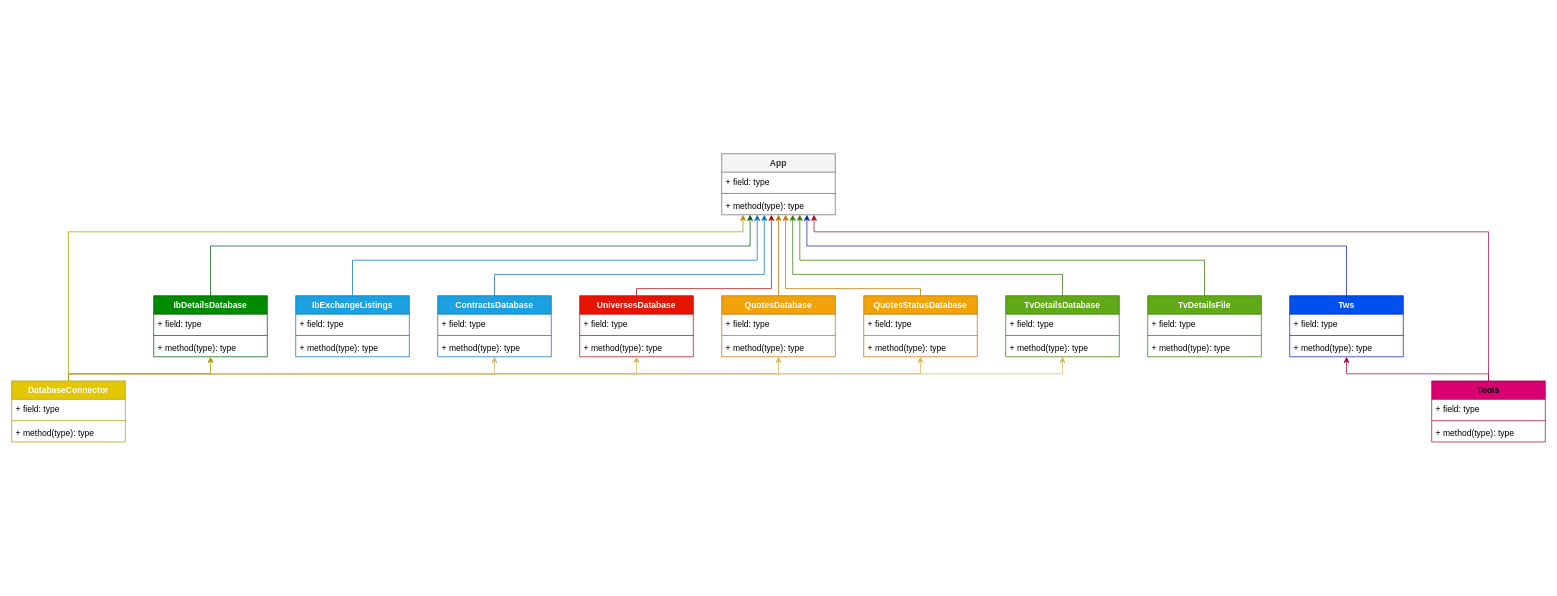
Above: archive/class_diagram/barbucket_class_diagram.drawio in webclinic017/barbucket (draw.io), before the change. Source tidied: cells renumbered, new cells numbered last; positions are measured from the earlier drawing's top-left corner, leaving out a move shared by most shapes. Both pictures are drawn from the tidied source at 71%, with x=0, y=0 at pixel (11, 153).
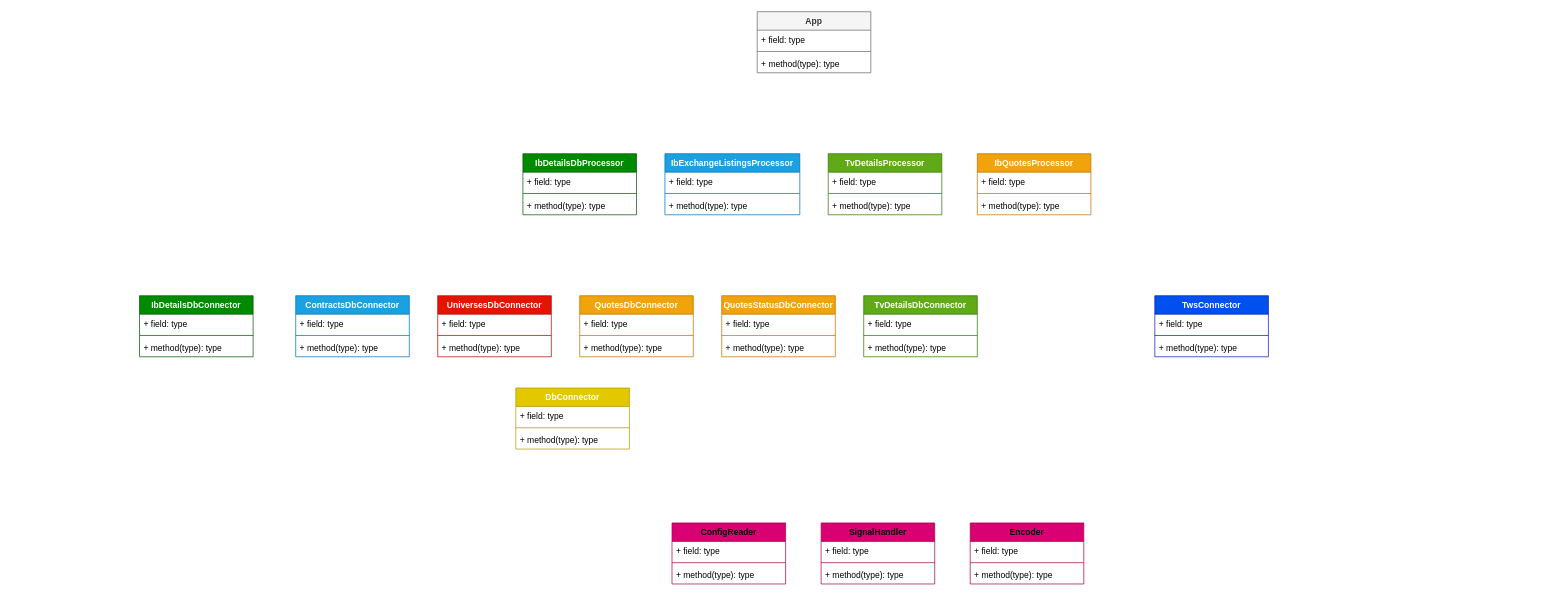
Above is the later version.

Commit message:
updated class diagram

The change refers to these unchanged cells:
```xml
<mxCell id="55" value="+ field: type" style="text;strokeColor=none;fillColor=none;align=left;verticalAlign=top;spacingLeft=4;spacingRight=4;overflow=hidden;points=[[0,0.5],[1,0.5]];portConstraint=eastwest;" parent="54" vertex="1">
  <mxGeometry y="26" width="160" height="26" as="geometry" />
</mxCell>
```

Diff of the diagram source:
```diff
@@
-    <mxCell id="2" style="edgeStyle=orthogonalEdgeStyle;rounded=0;jettySize=auto;html=1;fillColor=#1ba1e2;strokeColor=#006EAF;" parent="1" edge="1" source="26" target="50">
-      <mxGeometry relative="1" as="geometry">
-        <Array as="points">
-          <mxPoint x="680" y="170" />
-          <mxPoint x="1060" y="170" />
-        </Array>
-      </mxGeometry>
-    </mxCell>
-    <mxCell id="3" style="edgeStyle=orthogonalEdgeStyle;rounded=0;jettySize=auto;html=1;fillColor=#e3c800;strokeColor=#B09500;" parent="1" edge="1" source="64" target="50">
-      <mxGeometry relative="1" as="geometry">
-        <Array as="points">
-          <mxPoint x="80" y="110" />
-          <mxPoint x="1030" y="110" />
-        </Array>
-      </mxGeometry>
-    </mxCell>
-    <mxCell id="4" style="edgeStyle=orthogonalEdgeStyle;rounded=0;jettySize=auto;html=1;fillColor=#fff2cc;strokeColor=#d6b656;" parent="1" edge="1" source="64" target="26">
-      <mxGeometry relative="1" as="geometry">
-        <Array as="points">
-          <mxPoint x="80" y="310" />
-          <mxPoint x="680" y="310" />
-        </Array>
-      </mxGeometry>
-    </mxCell>
-    <mxCell id="5" style="edgeStyle=orthogonalEdgeStyle;rounded=0;jettySize=auto;html=1;fillColor=#fff2cc;strokeColor=#d6b656;" parent="1" edge="1" source="64" target="12">
-      <mxGeometry relative="1" as="geometry">
-        <Array as="points">
-          <mxPoint x="80" y="310" />
-          <mxPoint x="1080" y="310" />
-        </Array>
-      </mxGeometry>
-    </mxCell>
-    <mxCell id="6" style="edgeStyle=orthogonalEdgeStyle;rounded=0;jettySize=auto;html=1;fillColor=#fff2cc;strokeColor=#d6b656;" parent="1" edge="1" source="64" target="22">
-      <mxGeometry relative="1" as="geometry">
-        <Array as="points">
-          <mxPoint x="80" y="310" />
-          <mxPoint x="880" y="310" />
-        </Array>
-      </mxGeometry>
-    </mxCell>
-    <mxCell id="7" style="edgeStyle=orthogonalEdgeStyle;rounded=0;jettySize=auto;html=1;fillColor=#fff2cc;strokeColor=#d6b656;" parent="1" edge="1" source="64" target="34">
-      <mxGeometry relative="1" as="geometry">
-        <Array as="points">
-          <mxPoint x="80" y="310" />
-          <mxPoint x="1280" y="310" />
-        </Array>
-      </mxGeometry>
-    </mxCell>
-    <mxCell id="8" style="edgeStyle=orthogonalEdgeStyle;rounded=0;jettySize=auto;html=1;fillColor=#fff2cc;strokeColor=#d6b656;" parent="1" edge="1" source="64" target="38">
-      <mxGeometry relative="1" as="geometry">
-        <Array as="points">
-          <mxPoint x="80" y="310" />
-          <mxPoint x="1480" y="310" />
-        </Array>
-      </mxGeometry>
-    </mxCell>
-    <mxCell id="9" style="edgeStyle=orthogonalEdgeStyle;rounded=0;jettySize=auto;html=1;fillColor=#f0a30a;strokeColor=#BD7000;exitX=0.5;exitY=0;exitDx=0;exitDy=0;" parent="1" edge="1" source="12" target="50">
-      <mxGeometry relative="1" as="geometry" />
-    </mxCell>
-    <mxCell id="10" style="edgeStyle=orthogonalEdgeStyle;rounded=0;jettySize=auto;html=1;fillColor=#60a917;strokeColor=#2D7600;" parent="1" edge="1" source="38" target="50">
-      <mxGeometry relative="1" as="geometry">
-        <Array as="points">
-          <mxPoint x="1480" y="170" />
-          <mxPoint x="1100" y="170" />
-        </Array>
-      </mxGeometry>
-    </mxCell>
-    <mxCell id="11" style="edgeStyle=orthogonalEdgeStyle;rounded=0;jettySize=auto;html=1;fillColor=#f0a30a;strokeColor=#BD7000;" parent="1" edge="1" source="34" target="50">
-      <mxGeometry relative="1" as="geometry">
-        <Array as="points">
-          <mxPoint x="1280" y="190" />
-          <mxPoint x="1090" y="190" />
-        </Array>
-      </mxGeometry>
-    </mxCell>
-    <mxCell id="12" value="QuotesDatabase" style="swimlane;fontStyle=1;align=center;verticalAlign=top;horizontal=1;startSize=26;fillColor=#f0a30a;strokeColor=#BD7000;fontColor=#ffffff;" parent="1" vertex="1">
-      <mxGeometry x="1000" y="200" width="160" height="86" as="geometry" />
+    <mxCell id="12" value="QuotesDbConnector" style="swimlane;fontStyle=1;align=center;verticalAlign=top;horizontal=1;startSize=26;fillColor=#f0a30a;strokeColor=#BD7000;fontColor=#ffffff;" parent="1" vertex="1">
+      <mxGeometry x="800" y="200" width="160" height="86" as="geometry" />
     </mxCell>
@@
-    <mxCell id="16" style="edgeStyle=orthogonalEdgeStyle;rounded=0;jettySize=auto;html=1;fillColor=#e51400;strokeColor=#B20000;" parent="1" edge="1" source="22" target="50">
-      <mxGeometry relative="1" as="geometry">
-        <Array as="points">
-          <mxPoint x="880" y="190" />
-          <mxPoint x="1070" y="190" />
-        </Array>
-      </mxGeometry>
-    </mxCell>
-    <mxCell id="17" style="edgeStyle=orthogonalEdgeStyle;rounded=0;jettySize=auto;html=1;fillColor=#1ba1e2;strokeColor=#006EAF;" parent="1" edge="1" source="30" target="50">
-      <mxGeometry relative="1" as="geometry">
-        <Array as="points">
-          <mxPoint x="480" y="150" />
-          <mxPoint x="1050" y="150" />
-        </Array>
-      </mxGeometry>
-    </mxCell>
-    <mxCell id="18" style="edgeStyle=orthogonalEdgeStyle;rounded=0;jettySize=auto;html=1;fillColor=#0050ef;strokeColor=#001DBC;" parent="1" edge="1" source="46" target="50">
-      <mxGeometry relative="1" as="geometry">
-        <Array as="points">
-          <mxPoint x="1880" y="130" />
-          <mxPoint x="1120" y="130" />
-        </Array>
-      </mxGeometry>
-    </mxCell>
-    <mxCell id="19" style="edgeStyle=orthogonalEdgeStyle;rounded=0;jettySize=auto;html=1;fillColor=#60a917;strokeColor=#2D7600;" parent="1" edge="1" source="42" target="50">
-      <mxGeometry relative="1" as="geometry">
-        <Array as="points">
-          <mxPoint x="1680" y="150" />
-          <mxPoint x="1110" y="150" />
-        </Array>
-      </mxGeometry>
-    </mxCell>
-    <mxCell id="20" style="edgeStyle=orthogonalEdgeStyle;rounded=0;jettySize=auto;html=1;fillColor=#d80073;strokeColor=#A50040;" parent="1" edge="1" source="54" target="50">
-      <mxGeometry relative="1" as="geometry">
-        <Array as="points">
-          <mxPoint x="2080" y="110" />
-          <mxPoint x="1130" y="110" />
-        </Array>
-      </mxGeometry>
-    </mxCell>
-    <mxCell id="21" style="edgeStyle=orthogonalEdgeStyle;rounded=0;jettySize=auto;html=1;fillColor=#d80073;strokeColor=#A50040;" parent="1" edge="1" source="55" target="46">
-      <mxGeometry relative="1" as="geometry">
-        <Array as="points">
-          <mxPoint x="2080" y="310" />
-          <mxPoint x="1880" y="310" />
-        </Array>
-      </mxGeometry>
-    </mxCell>
-    <mxCell id="22" value="UniversesDatabase" style="swimlane;fontStyle=1;align=center;verticalAlign=top;horizontal=1;startSize=26;fillColor=#e51400;strokeColor=#B20000;fontColor=#ffffff;" parent="1" vertex="1">
-      <mxGeometry x="800" y="200" width="160" height="86" as="geometry" />
+    <mxCell id="22" value="UniversesDbConnector" style="swimlane;fontStyle=1;align=center;verticalAlign=top;horizontal=1;startSize=26;fillColor=#e51400;strokeColor=#B20000;fontColor=#ffffff;" parent="1" vertex="1">
+      <mxGeometry x="600" y="200" width="160" height="86" as="geometry" />
     </mxCell>
@@
-    <mxCell id="26" value="ContractsDatabase" style="swimlane;fontStyle=1;align=center;verticalAlign=top;horizontal=1;startSize=26;fillColor=#1ba1e2;strokeColor=#006EAF;fontColor=#ffffff;" parent="1" vertex="1">
-      <mxGeometry x="600" y="200" width="160" height="86" as="geometry" />
+    <mxCell id="26" value="ContractsDbConnector" style="swimlane;fontStyle=1;align=center;verticalAlign=top;horizontal=1;startSize=26;fillColor=#1ba1e2;strokeColor=#006EAF;fontColor=#ffffff;" parent="1" vertex="1">
+      <mxGeometry x="400" y="200" width="160" height="86" as="geometry" />
     </mxCell>
@@
-    <mxCell id="30" value="IbExchangeListings" style="swimlane;fontStyle=1;align=center;verticalAlign=top;horizontal=1;startSize=26;fillColor=#1ba1e2;strokeColor=#006EAF;fontColor=#ffffff;" parent="1" vertex="1">
-      <mxGeometry x="400" y="200" width="160" height="86" as="geometry" />
+    <mxCell id="30" value="IbExchangeListingsProcessor" style="swimlane;fontStyle=1;align=center;verticalAlign=top;horizontal=1;startSize=26;fillColor=#1ba1e2;strokeColor=#006EAF;fontColor=#ffffff;" parent="1" vertex="1">
+      <mxGeometry x="920" width="190" height="86" as="geometry" />
     </mxCell>
     <mxCell id="31" value="+ field: type" style="text;strokeColor=none;fillColor=none;align=left;verticalAlign=top;spacingLeft=4;spacingRight=4;overflow=hidden;" parent="30" vertex="1">
-      <mxGeometry y="26" width="160" height="26" as="geometry" />
+      <mxGeometry y="26" width="190" height="26" as="geometry" />
     </mxCell>
     <mxCell id="32" style="line;strokeWidth=1;fillColor=#1ba1e2;align=left;verticalAlign=middle;spacingTop=-1;spacingLeft=3;spacingRight=3;labelPosition=right;strokeColor=#006EAF;fontColor=#ffffff;" parent="30" vertex="1">
-      <mxGeometry y="52" width="160" height="8" as="geometry" />
+      <mxGeometry y="52" width="190" height="8" as="geometry" />
     </mxCell>
     <mxCell id="33" value="+ method(type): type" style="text;strokeColor=none;fillColor=none;align=left;verticalAlign=top;spacingLeft=4;spacingRight=4;overflow=hidden;" parent="30" vertex="1">
-      <mxGeometry y="60" width="160" height="26" as="geometry" />
+      <mxGeometry y="60" width="190" height="26" as="geometry" />
     </mxCell>
-    <mxCell id="34" value="QuotesStatusDatabase" style="swimlane;fontStyle=1;align=center;verticalAlign=top;horizontal=1;startSize=26;fillColor=#f0a30a;strokeColor=#BD7000;fontColor=#ffffff;" parent="1" vertex="1">
-      <mxGeometry x="1200" y="200" width="160" height="86" as="geometry" />
+    <mxCell id="34" value="QuotesStatusDbConnector" style="swimlane;fontStyle=1;align=center;verticalAlign=top;horizontal=1;startSize=26;fillColor=#f0a30a;strokeColor=#BD7000;fontColor=#ffffff;" parent="1" vertex="1">
+      <mxGeometry x="1000" y="200" width="160" height="86" as="geometry" />
     </mxCell>
@@
-    <mxCell id="38" value="TvDetailsDatabase" style="swimlane;fontStyle=1;align=center;verticalAlign=top;horizontal=1;startSize=26;fillColor=#60a917;strokeColor=#2D7600;fontColor=#ffffff;" parent="1" vertex="1">
-      <mxGeometry x="1400" y="200" width="160" height="86" as="geometry" />
+    <mxCell id="38" value="TvDetailsDbConnector" style="swimlane;fontStyle=1;align=center;verticalAlign=top;horizontal=1;startSize=26;fillColor=#60a917;strokeColor=#2D7600;fontColor=#ffffff;" parent="1" vertex="1">
+      <mxGeometry x="1200" y="200" width="160" height="86" as="geometry" />
     </mxCell>
@@
-    <mxCell id="42" value="TvDetailsFile" style="swimlane;fontStyle=1;align=center;verticalAlign=top;horizontal=1;startSize=26;fillColor=#60a917;strokeColor=#2D7600;fontColor=#ffffff;" parent="1" vertex="1">
-      <mxGeometry x="1600" y="200" width="160" height="86" as="geometry" />
+    <mxCell id="42" value="TvDetailsProcessor" style="swimlane;fontStyle=1;align=center;verticalAlign=top;horizontal=1;startSize=26;fillColor=#60a917;strokeColor=#2D7600;fontColor=#ffffff;" parent="1" vertex="1">
+      <mxGeometry x="1150" width="160" height="86" as="geometry" />
     </mxCell>
@@
-    <mxCell id="46" value="Tws" style="swimlane;fontStyle=1;align=center;verticalAlign=top;horizontal=1;startSize=26;fillColor=#0050ef;strokeColor=#001DBC;fontColor=#ffffff;" parent="1" vertex="1">
-      <mxGeometry x="1800" y="200" width="160" height="86" as="geometry" />
+    <mxCell id="46" value="TwsConnector" style="swimlane;fontStyle=1;align=center;verticalAlign=top;horizontal=1;startSize=26;fillColor=#0050ef;strokeColor=#001DBC;fontColor=#ffffff;" parent="1" vertex="1">
+      <mxGeometry x="1610" y="200" width="160" height="86" as="geometry" />
     </mxCell>
@@
     <mxCell id="50" value="App" style="swimlane;fontStyle=1;align=center;verticalAlign=top;horizontal=1;startSize=26;fillColor=#f5f5f5;strokeColor=#666666;fontColor=#333333;" parent="1" vertex="1">
-      <mxGeometry x="1000" width="160" height="86" as="geometry" />
+      <mxGeometry x="1050" y="-200" width="160" height="86" as="geometry" />
     </mxCell>
@@
-    <mxCell id="54" value="Tools" style="swimlane;fontStyle=1;align=center;verticalAlign=top;horizontal=1;startSize=26;fillColor=#d80073;strokeColor=#A50040;" parent="1" vertex="1">
-      <mxGeometry x="2000" y="320" width="160" height="86" as="geometry" />
+    <mxCell id="54" value="Encoder" style="swimlane;fontStyle=1;align=center;verticalAlign=top;horizontal=1;startSize=26;fillColor=#d80073;strokeColor=#A50040;" parent="1" vertex="1">
+      <mxGeometry x="1350" y="520" width="160" height="86" as="geometry" />
     </mxCell>
@@
-    <mxCell id="58" style="edgeStyle=orthogonalEdgeStyle;rounded=0;jettySize=auto;html=1;fillColor=#008a00;strokeColor=#005700;" parent="1" edge="1" source="59" target="50">
-      <mxGeometry relative="1" as="geometry">
-        <Array as="points">
-          <mxPoint x="280" y="130" />
-          <mxPoint x="1040" y="130" />
-        </Array>
-      </mxGeometry>
-    </mxCell>
-    <mxCell id="59" value="IbDetailsDatabase" style="swimlane;fontStyle=1;align=center;verticalAlign=top;horizontal=1;startSize=26;fillColor=#008a00;strokeColor=#005700;fontColor=#ffffff;" parent="1" vertex="1">
-      <mxGeometry x="200" y="200" width="160" height="86" as="geometry" />
+    <mxCell id="59" value="IbDetailsDbConnector" style="swimlane;fontStyle=1;align=center;verticalAlign=top;horizontal=1;startSize=26;fillColor=#008a00;strokeColor=#005700;fontColor=#ffffff;" parent="1" vertex="1">
+      <mxGeometry x="180" y="200" width="160" height="86" as="geometry" />
     </mxCell>
@@
-    <mxCell id="63" style="edgeStyle=orthogonalEdgeStyle;rounded=0;jettySize=auto;html=1;fillColor=#e3c800;strokeColor=#B09500;" parent="1" edge="1" source="64" target="59">
-      <mxGeometry relative="1" as="geometry">
-        <Array as="points">
-          <mxPoint x="80" y="310" />
-          <mxPoint x="280" y="310" />
-        </Array>
-      </mxGeometry>
-    </mxCell>
-    <mxCell id="64" value="DatabaseConnector" style="swimlane;fontStyle=1;align=center;verticalAlign=top;horizontal=1;startSize=26;fillColor=#e3c800;strokeColor=#B09500;fontColor=#ffffff;" parent="1" vertex="1">
-      <mxGeometry y="320" width="160" height="86" as="geometry" />
+    <mxCell id="64" value="DbConnector" style="swimlane;fontStyle=1;align=center;verticalAlign=top;horizontal=1;startSize=26;fillColor=#e3c800;strokeColor=#B09500;fontColor=#ffffff;" parent="1" vertex="1">
+      <mxGeometry x="710" y="330" width="160" height="86" as="geometry" />
     </mxCell>
@@
+    <mxCell id="68" value="IbDetailsDbProcessor" style="swimlane;fontStyle=1;align=center;verticalAlign=top;horizontal=1;startSize=26;fillColor=#008a00;strokeColor=#005700;fontColor=#ffffff;" parent="1" vertex="1">
+      <mxGeometry x="720" width="160" height="86" as="geometry" />
+    </mxCell>
+    <mxCell id="69" value="+ field: type" style="text;strokeColor=none;fillColor=none;align=left;verticalAlign=top;spacingLeft=4;spacingRight=4;overflow=hidden;" parent="68" vertex="1">
+      <mxGeometry y="26" width="160" height="26" as="geometry" />
+    </mxCell>
+    <mxCell id="70" style="line;strokeWidth=1;fillColor=#008a00;align=left;verticalAlign=middle;spacingTop=-1;spacingLeft=3;spacingRight=3;labelPosition=right;strokeColor=#005700;fontColor=#ffffff;" parent="68" vertex="1">
+      <mxGeometry y="52" width="160" height="8" as="geometry" />
+    </mxCell>
+    <mxCell id="71" value="+ method(type): type" style="text;strokeColor=none;fillColor=none;align=left;verticalAlign=top;spacingLeft=4;spacingRight=4;overflow=hidden;" parent="68" vertex="1">
+      <mxGeometry y="60" width="160" height="26" as="geometry" />
+    </mxCell>
+    <mxCell id="72" value="SignalHandler" style="swimlane;fontStyle=1;align=center;verticalAlign=top;horizontal=1;startSize=26;fillColor=#d80073;strokeColor=#A50040;" parent="1" vertex="1">
+      <mxGeometry x="1140" y="520" width="160" height="86" as="geometry" />
+    </mxCell>
+    <mxCell id="73" value="+ field: type" style="text;strokeColor=none;fillColor=none;align=left;verticalAlign=top;spacingLeft=4;spacingRight=4;overflow=hidden;" parent="72" vertex="1">
+      <mxGeometry y="26" width="160" height="26" as="geometry" />
+    </mxCell>
+    <mxCell id="74" style="line;strokeWidth=1;fillColor=#d80073;align=left;verticalAlign=middle;spacingTop=-1;spacingLeft=3;spacingRight=3;labelPosition=right;strokeColor=#A50040;fontColor=#ffffff;" parent="72" vertex="1">
+      <mxGeometry y="52" width="160" height="8" as="geometry" />
+    </mxCell>
+    <mxCell id="75" value="+ method(type): type" style="text;strokeColor=none;fillColor=none;align=left;verticalAlign=top;spacingLeft=4;spacingRight=4;overflow=hidden;" parent="72" vertex="1">
+      <mxGeometry y="60" width="160" height="26" as="geometry" />
+    </mxCell>
+    <mxCell id="76" value="ConfigReader" style="swimlane;fontStyle=1;align=center;verticalAlign=top;horizontal=1;startSize=26;fillColor=#d80073;strokeColor=#A50040;" parent="1" vertex="1">
+      <mxGeometry x="930" y="520" width="160" height="86" as="geometry" />
+    </mxCell>
+    <mxCell id="77" value="+ field: type" style="text;strokeColor=none;fillColor=none;align=left;verticalAlign=top;spacingLeft=4;spacingRight=4;overflow=hidden;" parent="76" vertex="1">
+      <mxGeometry y="26" width="160" height="26" as="geometry" />
+    </mxCell>
+    <mxCell id="78" style="line;strokeWidth=1;fillColor=#d80073;align=left;verticalAlign=middle;spacingTop=-1;spacingLeft=3;spacingRight=3;labelPosition=right;strokeColor=#A50040;fontColor=#ffffff;" parent="76" vertex="1">
+      <mxGeometry y="52" width="160" height="8" as="geometry" />
+    </mxCell>
+    <mxCell id="79" value="+ method(type): type" style="text;strokeColor=none;fillColor=none;align=left;verticalAlign=top;spacingLeft=4;spacingRight=4;overflow=hidden;" parent="76" vertex="1">
+      <mxGeometry y="60" width="160" height="26" as="geometry" />
+    </mxCell>
+    <mxCell id="80" value="IbQuotesProcessor" style="swimlane;fontStyle=1;align=center;verticalAlign=top;horizontal=1;startSize=26;fillColor=#f0a30a;strokeColor=#BD7000;fontColor=#ffffff;" parent="1" vertex="1">
+      <mxGeometry x="1360" width="160" height="86" as="geometry" />
+    </mxCell>
+    <mxCell id="81" value="+ field: type" style="text;strokeColor=none;fillColor=none;align=left;verticalAlign=top;spacingLeft=4;spacingRight=4;overflow=hidden;" parent="80" vertex="1">
+      <mxGeometry y="26" width="160" height="26" as="geometry" />
+    </mxCell>
+    <mxCell id="82" style="line;strokeWidth=1;fillColor=#f0a30a;align=left;verticalAlign=middle;spacingTop=-1;spacingLeft=3;spacingRight=3;labelPosition=right;strokeColor=#BD7000;fontColor=#ffffff;" parent="80" vertex="1">
+      <mxGeometry y="52" width="160" height="8" as="geometry" />
+    </mxCell>
+    <mxCell id="83" value="+ method(type): type" style="text;strokeColor=none;fillColor=none;align=left;verticalAlign=top;spacingLeft=4;spacingRight=4;overflow=hidden;" parent="80" vertex="1">
+      <mxGeometry y="60" width="160" height="26" as="geometry" />
+    </mxCell>
```
